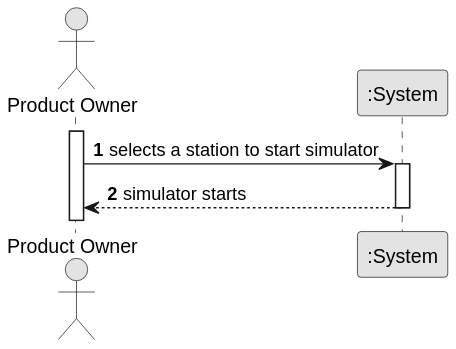
The PlantUML diagram docs/sprint2/us012/01.requirements-engineering/svg/us012-system-sequence-diagram.svg in ivasduarte/all-aboard, before a commit. Source of this version:
```plantuml
@startuml
skinparam monochrome true
skinparam packageStyle rectangle
skinparam shadowing false

autonumber

actor "Product Owner" as ProductOwner
participant ":System" as System

activate ProductOwner

    ProductOwner -> System : selects a station to start simulator
    activate System

    System --> ProductOwner : simulator starts
    deactivate System
@enduml
```
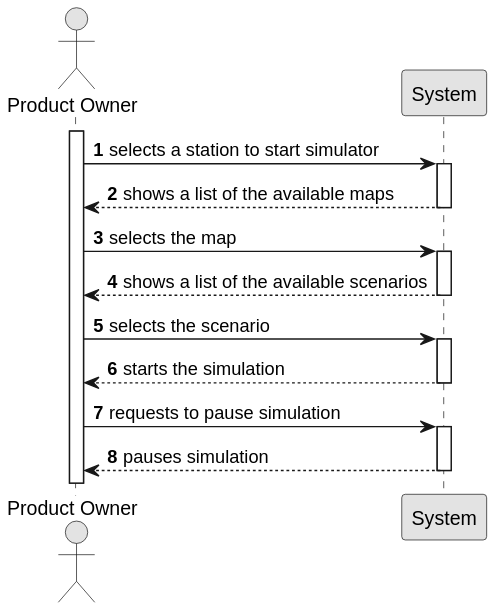
Above is the later version.

Change to the diagram source:
```diff
@@ -6,13 +6,31 @@
 autonumber
 
 actor "Product Owner" as ProductOwner
-participant ":System" as System
+participant "System" as System
 
 activate ProductOwner
 
     ProductOwner -> System : selects a station to start simulator
     activate System
 
-    System --> ProductOwner : simulator starts
+    System --> ProductOwner : shows a list of the available maps
+    deactivate System
+
+    ProductOwner -> System : selects the map
+    activate System
+
+    System --> ProductOwner : shows a list of the available scenarios
+    deactivate System
+
+    ProductOwner -> System : selects the scenario
+    activate System
+
+    System --> ProductOwner : starts the simulation
+    deactivate System
+
+    ProductOwner -> System : requests to pause simulation
+    activate System
+
+    System --> ProductOwner : pauses simulation
     deactivate System
 @enduml
```
